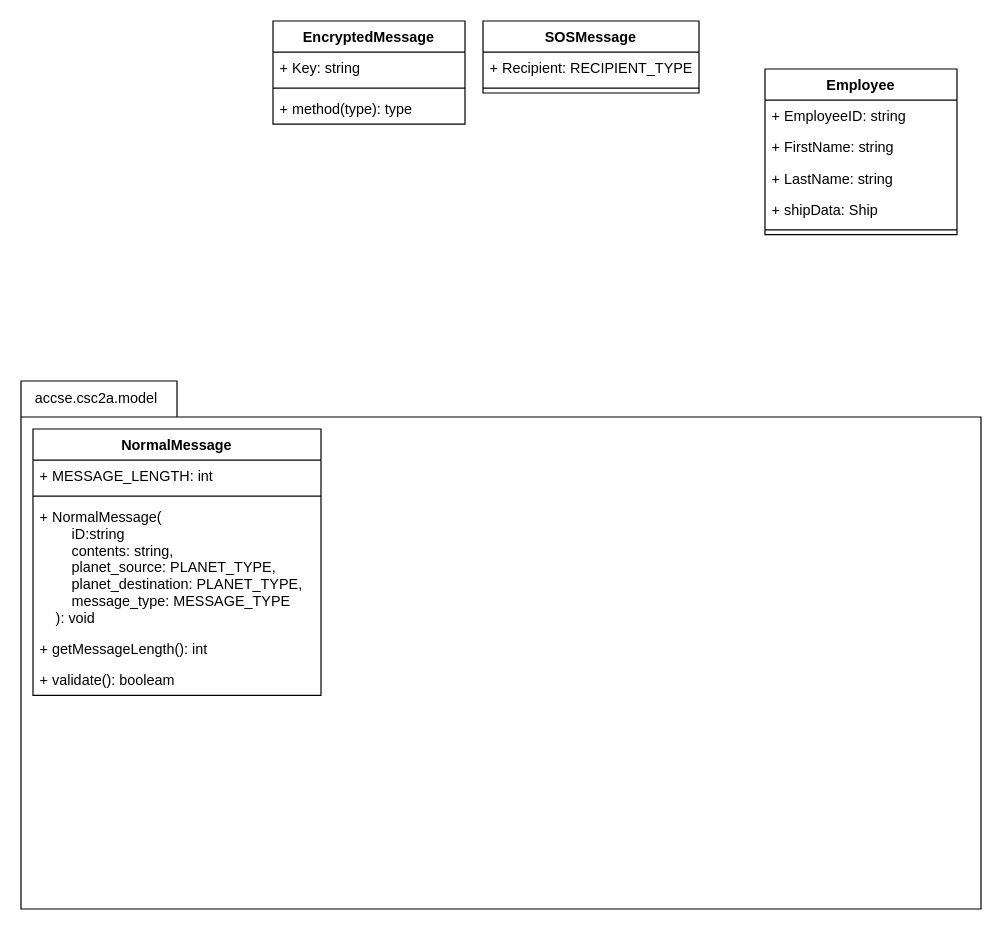
ThaBeanBoy/UJ_CSC2A_P04 keeps this draw.io diagram as docs/UML.drawio. Above is the earlier version. Source tidied: cells renumbered, new cells numbered last; positions are measured from the earlier drawing's top-left corner, leaving out a move shared by most shapes. Both pictures are drawn from the tidied source at 120%, with x=0, y=0 at pixel (20, 20).
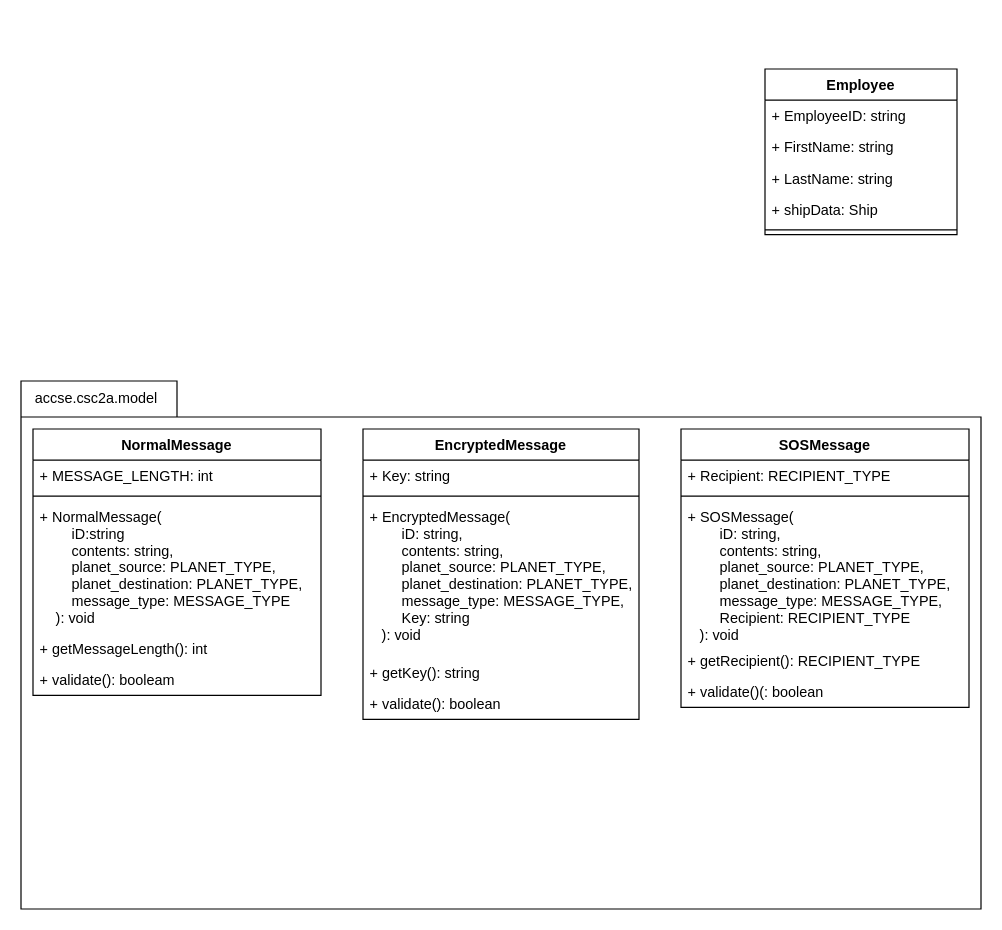
Above is the later version.

Commit message:
Made UML of SOSMessage

What changed in the source:
```diff
@@
     <mxCell id="3" value="SOSMessage" style="swimlane;fontStyle=1;align=center;verticalAlign=top;horizontal=1;startSize=26;" parent="1" vertex="1">
-      <mxGeometry x="385" width="180" height="60" as="geometry" />
+      <mxGeometry x="550" y="340" width="240" height="232" as="geometry" />
     </mxCell>
     <mxCell id="4" value="+ Recipient: RECIPIENT_TYPE" style="text;strokeColor=none;fillColor=none;align=left;verticalAlign=top;spacingLeft=4;spacingRight=4;overflow=hidden;" parent="3" vertex="1">
-      <mxGeometry y="26" width="180" height="26" as="geometry" />
+      <mxGeometry y="26" width="240" height="26" as="geometry" />
     </mxCell>
     <mxCell id="5" style="line;strokeWidth=1;fillColor=none;align=left;verticalAlign=middle;spacingTop=-1;spacingLeft=3;spacingRight=3;labelPosition=right;" parent="3" vertex="1">
-      <mxGeometry y="52" width="180" height="8" as="geometry" />
+      <mxGeometry y="52" width="240" height="8" as="geometry" />
     </mxCell>
+    <mxCell id="23" value="+ SOSMessage(&#10;        iD: string,&#10;        contents: string,&#10;        planet_source: PLANET_TYPE,&#10;        planet_destination: PLANET_TYPE,&#10;        message_type: MESSAGE_TYPE,&#10;        Recipient: RECIPIENT_TYPE&#10;   ): void" style="text;strokeColor=none;fillColor=none;align=left;verticalAlign=top;spacingLeft=4;spacingRight=4;overflow=hidden;" parent="3" vertex="1">
+      <mxGeometry y="60" width="240" height="120" as="geometry" />
+    </mxCell>
+    <mxCell id="24" value="+ getRecipient(): RECIPIENT_TYPE" style="text;strokeColor=none;fillColor=none;align=left;verticalAlign=top;spacingLeft=4;spacingRight=4;overflow=hidden;" parent="3" vertex="1">
+      <mxGeometry y="180" width="240" height="26" as="geometry" />
+    </mxCell>
+    <mxCell id="25" value="+ validate()(: boolean" style="text;strokeColor=none;fillColor=none;align=left;verticalAlign=top;spacingLeft=4;spacingRight=4;overflow=hidden;" parent="3" vertex="1">
+      <mxGeometry y="206" width="240" height="26" as="geometry" />
+    </mxCell>
     <mxCell id="6" value="EncryptedMessage" style="swimlane;fontStyle=1;align=center;verticalAlign=top;horizontal=1;startSize=26;" parent="1" vertex="1">
-      <mxGeometry x="210" width="160" height="86" as="geometry" />
+      <mxGeometry x="285" y="340" width="230" height="242" as="geometry" />
     </mxCell>
     <mxCell id="7" value="+ Key: string" style="text;strokeColor=none;fillColor=none;align=left;verticalAlign=top;spacingLeft=4;spacingRight=4;overflow=hidden;" parent="6" vertex="1">
-      <mxGeometry y="26" width="160" height="26" as="geometry" />
+      <mxGeometry y="26" width="230" height="26" as="geometry" />
     </mxCell>
     <mxCell id="8" style="line;strokeWidth=1;fillColor=none;align=left;verticalAlign=middle;spacingTop=-1;spacingLeft=3;spacingRight=3;labelPosition=right;" parent="6" vertex="1">
-      <mxGeometry y="52" width="160" height="8" as="geometry" />
+      <mxGeometry y="52" width="230" height="8" as="geometry" />
     </mxCell>
-    <mxCell id="9" value="+ method(type): type" style="text;strokeColor=none;fillColor=none;align=left;verticalAlign=top;spacingLeft=4;spacingRight=4;overflow=hidden;" parent="6" vertex="1">
-      <mxGeometry y="60" width="160" height="26" as="geometry" />
+    <mxCell id="9" value="+ EncryptedMessage(&#10;        iD: string,&#10;        contents: string,&#10;        planet_source: PLANET_TYPE,&#10;        planet_destination: PLANET_TYPE,&#10;        message_type: MESSAGE_TYPE,&#10;        Key: string&#10;   ): void" style="text;strokeColor=none;fillColor=none;align=left;verticalAlign=top;spacingLeft=4;spacingRight=4;overflow=hidden;" parent="6" vertex="1">
+      <mxGeometry y="60" width="230" height="130" as="geometry" />
     </mxCell>
+    <mxCell id="26" value="+ getKey(): string" style="text;strokeColor=none;fillColor=none;align=left;verticalAlign=top;spacingLeft=4;spacingRight=4;overflow=hidden;" parent="6" vertex="1">
+      <mxGeometry y="190" width="230" height="26" as="geometry" />
+    </mxCell>
+    <mxCell id="27" value="+ validate(): boolean" style="text;strokeColor=none;fillColor=none;align=left;verticalAlign=top;spacingLeft=4;spacingRight=4;overflow=hidden;" parent="6" vertex="1">
+      <mxGeometry y="216" width="230" height="26" as="geometry" />
+    </mxCell>
```
